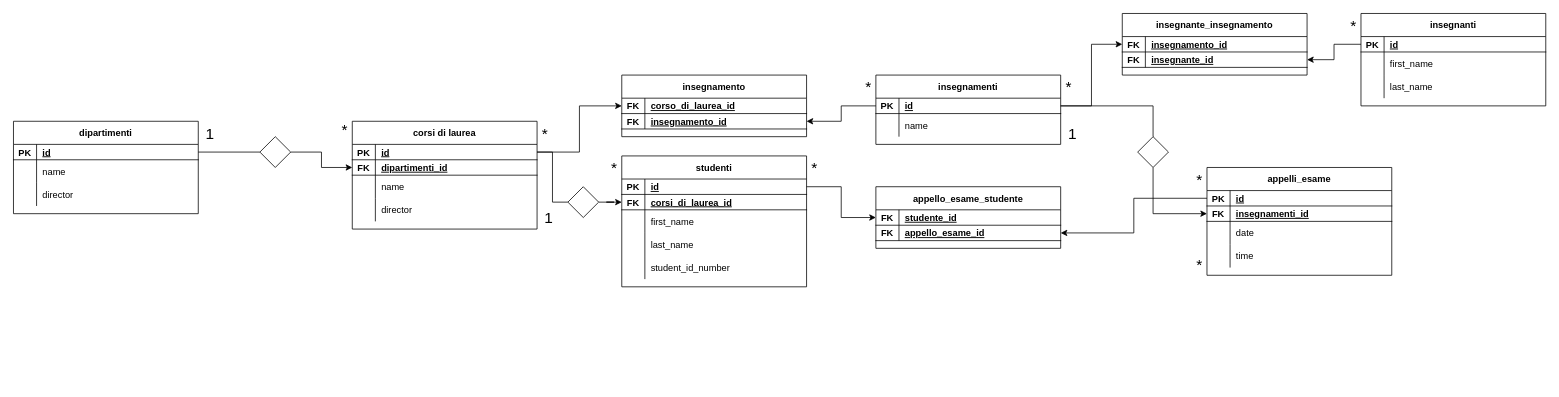
Earlier version of the draw.io diagram Untitled Diagram.drawio (marcodeiulio/db-university). Source tidied: cells renumbered, new cells numbered last; positions are measured from the earlier drawing's top-left corner, leaving out a move shared by most shapes. Both pictures are drawn from the tidied source at 77%, with x=0, y=0 at pixel (13, 13).
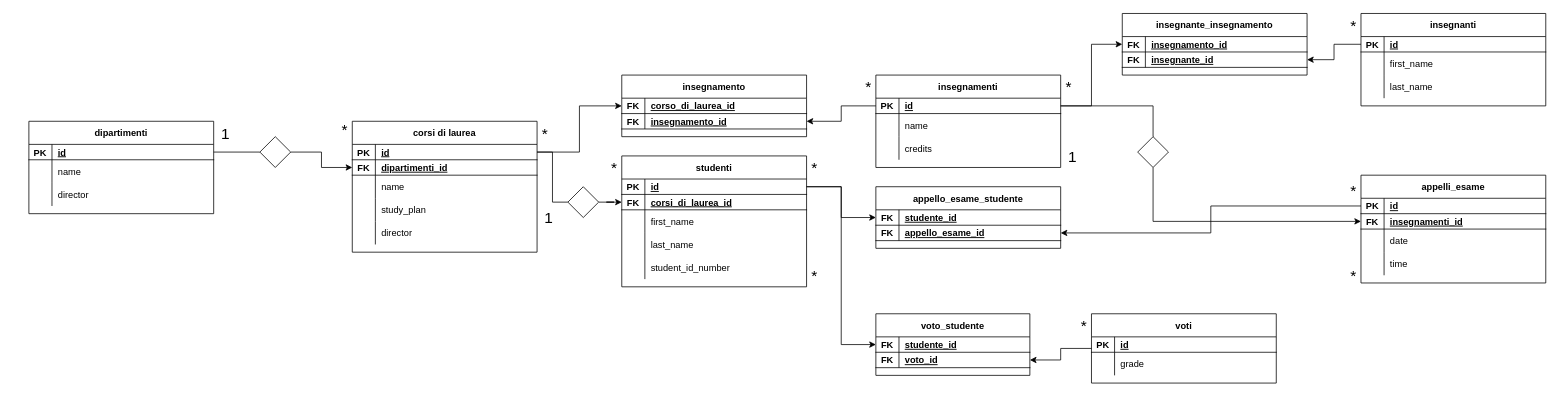
Above is the later version.

Unchanged cells that the change refers to:
```xml
<mxCell id="66" style="shape=partialRectangle;fillColor=none;points=[[0,0.5],[1,0.5]];portConstraint=eastwest;top=0;left=0;right=0;bottom=1;" parent="62" vertex="1">
  <mxGeometry y="50" width="240" height="20" as="geometry" />
</mxCell>
<mxCell id="76" style="shape=partialRectangle;fillColor=none;points=[[0,0.5],[1,0.5]];portConstraint=eastwest;top=0;left=0;right=0;bottom=1;" parent="75" vertex="1">
  <mxGeometry y="30" width="240" height="20" as="geometry" />
</mxCell>
<mxCell id="104" style="rhombus;whiteSpace=wrap;html=1;" parent="1" vertex="1">
  <mxGeometry x="1460" y="160" width="40" height="40" as="geometry" />
</mxCell>
```

Change to the diagram source:
```diff
@@
     <mxCell id="2" value="dipartimenti" style="shape=table;startSize=30;childLayout=tableLayout;rowLines=0;fontStyle=1;align=center;" parent="1" vertex="1">
-      <mxGeometry y="140" width="240" height="120" as="geometry" />
+      <mxGeometry x="20" y="140" width="240" height="120" as="geometry" />
     </mxCell>
@@
     <mxCell id="12" value="corsi di laurea" style="shape=table;startSize=30;childLayout=tableLayout;rowLines=0;fontStyle=1;align=center;" parent="1" vertex="1">
-      <mxGeometry x="440" y="140" width="240" height="140" as="geometry" />
+      <mxGeometry x="440" y="140" width="240" height="170" as="geometry" />
     </mxCell>
@@
+    <mxCell id="119" style="shape=partialRectangle;fillColor=none;top=0;left=0;right=0;bottom=0;" parent="12" vertex="1">
+      <mxGeometry y="100" width="240" height="30" as="geometry" />
+    </mxCell>
+    <mxCell id="120" style="shape=partialRectangle;overflow=hidden;fillColor=none;top=0;left=0;bottom=0;right=0;" parent="119" vertex="1">
+      <mxGeometry width="30" height="30" as="geometry" />
+    </mxCell>
+    <mxCell id="121" value="study_plan" style="shape=partialRectangle;overflow=hidden;fillColor=none;top=0;left=0;bottom=0;right=0;align=left;spacingLeft=6;" parent="119" vertex="1">
+      <mxGeometry x="30" width="210" height="30" as="geometry" />
+    </mxCell>
     <mxCell id="22" style="shape=partialRectangle;fillColor=none;top=0;left=0;right=0;bottom=0;" parent="12" vertex="1">
-      <mxGeometry y="100" width="240" height="30" as="geometry" />
+      <mxGeometry y="130" width="240" height="30" as="geometry" />
     </mxCell>
@@
     <mxCell id="25" value="1" style="text;html=1;align=center;verticalAlign=middle;strokeColor=none;fillColor=none;fontSize=20;" parent="1" vertex="1">
-      <mxGeometry x="240" y="140" width="30" height="30" as="geometry" />
+      <mxGeometry x="260" y="140" width="30" height="30" as="geometry" />
     </mxCell>
@@
     <mxCell id="27" value="insegnamenti" style="shape=table;startSize=30;childLayout=tableLayout;rowLines=0;fontStyle=1;align=center;" parent="1" vertex="1">
-      <mxGeometry x="1120" y="80" width="240" height="90" as="geometry" />
+      <mxGeometry x="1120" y="80" width="240" height="120" as="geometry" />
     </mxCell>
@@
+    <mxCell id="122" style="shape=partialRectangle;fillColor=none;top=0;left=0;right=0;bottom=0;" parent="27" vertex="1">
+      <mxGeometry y="80" width="240" height="30" as="geometry" />
+    </mxCell>
+    <mxCell id="123" style="shape=partialRectangle;overflow=hidden;fillColor=none;top=0;left=0;bottom=0;right=0;" parent="122" vertex="1">
+      <mxGeometry width="30" height="30" as="geometry" />
+    </mxCell>
+    <mxCell id="124" value="credits" style="shape=partialRectangle;overflow=hidden;fillColor=none;top=0;left=0;bottom=0;right=0;align=left;spacingLeft=6;" parent="122" vertex="1">
+      <mxGeometry x="30" width="210" height="30" as="geometry" />
+    </mxCell>
@@
     <mxCell id="62" value="appelli_esame" style="shape=table;startSize=30;childLayout=tableLayout;rowLines=0;fontStyle=1;align=center;" parent="1" vertex="1">
-      <mxGeometry x="1550" y="200" width="240" height="140" as="geometry" />
+      <mxGeometry x="1750" y="210" width="240" height="140" as="geometry" />
     </mxCell>
@@
     <mxCell id="103" style="edgeStyle=orthogonalEdgeStyle;rounded=0;jettySize=auto;html=1;entryX=0;entryY=0.5;entryDx=0;entryDy=0;startArrow=none;exitX=0.5;exitY=1;exitDx=0;exitDy=0;" parent="1" edge="1" source="104" target="66">
       <mxGeometry relative="1" as="geometry">
         <Array as="points">
-          <mxPoint x="1480" y="260" />
+          <mxPoint x="1480" y="270" />
+          <mxPoint x="1750" y="270" />
         </Array>
       </mxGeometry>
     </mxCell>
@@
+    <mxCell id="125" style="edgeStyle=orthogonalEdgeStyle;rounded=0;jettySize=auto;html=1;entryX=1;entryY=0.5;entryDx=0;entryDy=0;fontSize=20;" parent="1" edge="1" source="126" target="137">
+      <mxGeometry relative="1" as="geometry" />
+    </mxCell>
+    <mxCell id="126" value="voti" style="shape=table;startSize=30;childLayout=tableLayout;rowLines=0;fontStyle=1;align=center;" parent="1" vertex="1">
+      <mxGeometry x="1400" y="390" width="240" height="90" as="geometry" />
+    </mxCell>
+    <mxCell id="127" style="shape=partialRectangle;fillColor=none;top=0;left=0;right=0;bottom=1;" parent="126" vertex="1">
+      <mxGeometry y="30" width="240" height="20" as="geometry" />
+    </mxCell>
+    <mxCell id="128" value="PK" style="shape=partialRectangle;overflow=hidden;fillColor=none;top=0;left=0;bottom=0;right=0;fontStyle=1;" parent="127" vertex="1">
+      <mxGeometry width="30" height="20" as="geometry" />
+    </mxCell>
+    <mxCell id="129" value="id " style="shape=partialRectangle;overflow=hidden;fillColor=none;top=0;left=0;bottom=0;right=0;align=left;spacingLeft=6;fontStyle=5;" parent="127" vertex="1">
+      <mxGeometry x="30" width="210" height="20" as="geometry" />
+    </mxCell>
+    <mxCell id="130" style="shape=partialRectangle;fillColor=none;top=0;left=0;right=0;bottom=0;" parent="126" vertex="1">
+      <mxGeometry y="50" width="240" height="30" as="geometry" />
+    </mxCell>
+    <mxCell id="131" style="shape=partialRectangle;overflow=hidden;fillColor=none;top=0;left=0;bottom=0;right=0;" parent="130" vertex="1">
+      <mxGeometry width="30" height="30" as="geometry" />
+    </mxCell>
+    <mxCell id="132" value="grade" style="shape=partialRectangle;overflow=hidden;fillColor=none;top=0;left=0;bottom=0;right=0;align=left;spacingLeft=6;" parent="130" vertex="1">
+      <mxGeometry x="30" width="210" height="30" as="geometry" />
+    </mxCell>
@@
     <mxCell id="110" value="1" style="text;html=1;align=center;verticalAlign=middle;strokeColor=none;fillColor=none;fontSize=20;" parent="1" vertex="1">
-      <mxGeometry x="1360" y="140" width="30" height="30" as="geometry" />
+      <mxGeometry x="1360" y="170" width="30" height="30" as="geometry" />
     </mxCell>
@@
     <mxCell id="116" value="*" style="text;html=1;align=center;verticalAlign=middle;strokeColor=none;fillColor=none;fontSize=20;" parent="1" vertex="1">
-      <mxGeometry x="1530" y="200" width="20" height="30" as="geometry" />
+      <mxGeometry x="1730" y="215" width="20" height="30" as="geometry" />
     </mxCell>
     <mxCell id="117" value="*" style="text;html=1;align=center;verticalAlign=middle;strokeColor=none;fillColor=none;fontSize=20;" parent="1" vertex="1">
-      <mxGeometry x="1530" y="310" width="20" height="30" as="geometry" />
+      <mxGeometry x="1730" y="325" width="20" height="30" as="geometry" />
     </mxCell>
@@
+    <mxCell id="133" value="voto_studente" style="shape=table;startSize=30;childLayout=tableLayout;rowLines=0;fontStyle=1;align=center;" parent="1" vertex="1">
+      <mxGeometry x="1120" y="390" width="200" height="80" as="geometry" />
+    </mxCell>
+    <mxCell id="134" style="shape=partialRectangle;fillColor=none;points=[[0,0.5],[1,0.5]];portConstraint=eastwest;top=0;left=0;right=0;bottom=1;" parent="133" vertex="1">
+      <mxGeometry y="30" width="200" height="20" as="geometry" />
+    </mxCell>
+    <mxCell id="135" value="FK" style="shape=partialRectangle;overflow=hidden;fillColor=none;top=0;left=0;bottom=0;right=0;fontStyle=1;" parent="134" vertex="1">
+      <mxGeometry width="30" height="20" as="geometry" />
+    </mxCell>
+    <mxCell id="136" value="studente_id" style="shape=partialRectangle;overflow=hidden;fillColor=none;top=0;left=0;bottom=0;right=0;align=left;spacingLeft=6;fontStyle=5;" parent="134" vertex="1">
+      <mxGeometry x="30" width="170" height="20" as="geometry" />
+    </mxCell>
+    <mxCell id="137" style="shape=partialRectangle;fillColor=none;points=[[0,0.5],[1,0.5]];portConstraint=eastwest;top=0;left=0;right=0;bottom=1;" parent="133" vertex="1">
+      <mxGeometry y="50" width="200" height="20" as="geometry" />
+    </mxCell>
+    <mxCell id="138" value="FK" style="shape=partialRectangle;overflow=hidden;fillColor=none;top=0;left=0;bottom=0;right=0;fontStyle=1;" parent="137" vertex="1">
+      <mxGeometry width="30" height="20" as="geometry" />
+    </mxCell>
+    <mxCell id="139" value="voto_id" style="shape=partialRectangle;overflow=hidden;fillColor=none;top=0;left=0;bottom=0;right=0;align=left;spacingLeft=6;fontStyle=5;" parent="137" vertex="1">
+      <mxGeometry x="30" width="170" height="20" as="geometry" />
+    </mxCell>
+    <mxCell id="140" style="edgeStyle=orthogonalEdgeStyle;rounded=0;jettySize=auto;html=1;entryX=0;entryY=0.5;entryDx=0;entryDy=0;fontSize=20;" parent="1" edge="1" source="76" target="134">
+      <mxGeometry relative="1" as="geometry" />
+    </mxCell>
+    <mxCell id="141" value="*" style="text;html=1;align=center;verticalAlign=middle;strokeColor=none;fillColor=none;fontSize=20;" parent="1" vertex="1">
+      <mxGeometry x="1030" y="325" width="20" height="30" as="geometry" />
+    </mxCell>
+    <mxCell id="142" value="*" style="text;html=1;align=center;verticalAlign=middle;strokeColor=none;fillColor=none;fontSize=20;" parent="1" vertex="1">
+      <mxGeometry x="1380" y="390" width="20" height="30" as="geometry" />
+    </mxCell>
```
